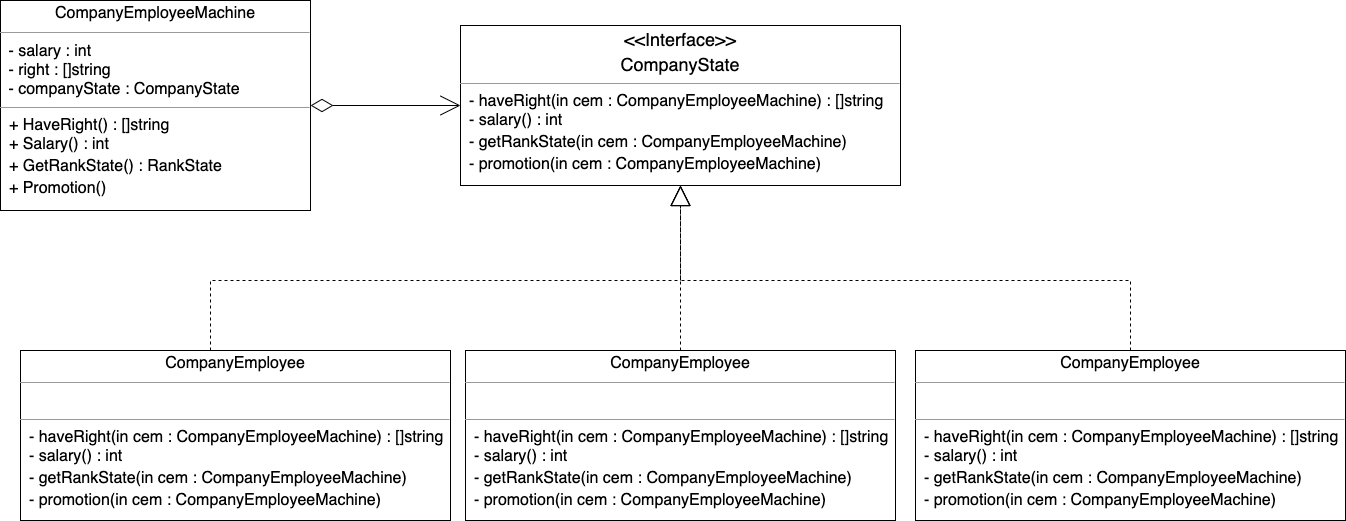
This is img/pattern-state.png from boilingfrog/design-pattern-learning, a draw.io export, as it was before one commit. Source tidied: cells renumbered, new cells last; positions are measured from the earlier drawing's top-left corner, leaving out a move shared by most shapes.
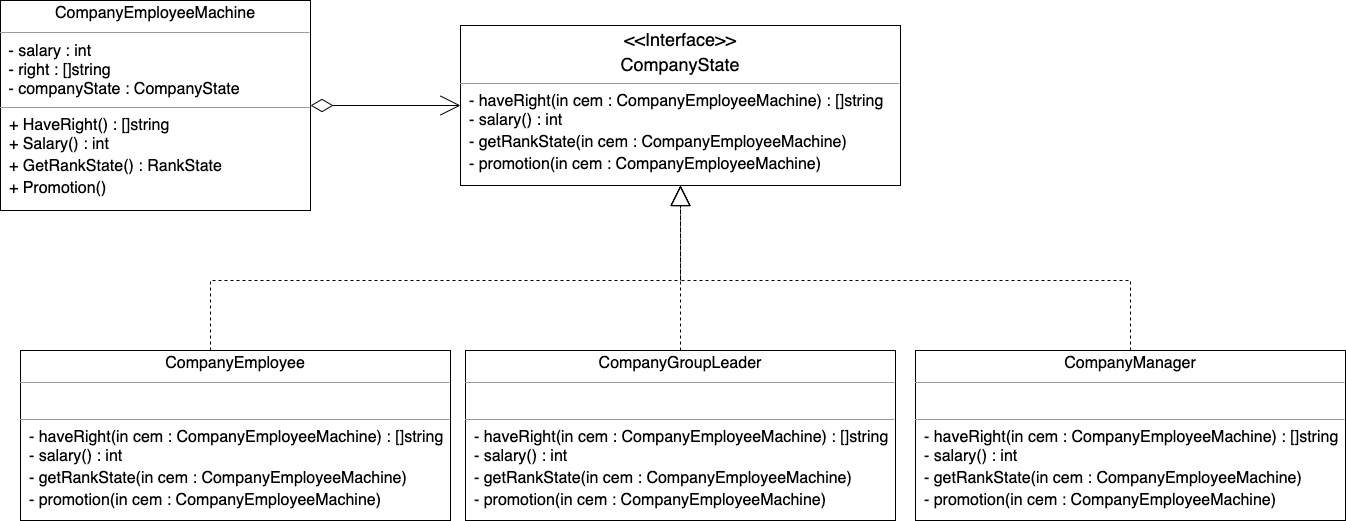
Later version of the same file.

The edit, as a diff of the source:
```diff
@@ -25,7 +25,7 @@
     <mxCell id="7" style="edgeStyle=orthogonalEdgeStyle;rounded=1;jumpStyle=none;html=1;entryX=0.5;entryY=1;entryDx=0;entryDy=0;shadow=0;startArrow=none;startFill=0;endArrow=block;endFill=0;endSize=18;dashed=1;" parent="1" edge="1" source="8" target="6">
       <mxGeometry relative="1" as="geometry" />
     </mxCell>
-    <mxCell id="8" value="&lt;p style=&quot;text-align: center ; margin: 4px 0px 0px&quot;&gt;&lt;span style=&quot;font-size: 16px&quot;&gt;CompanyEmployee&lt;/span&gt;&lt;/p&gt;&lt;hr size=&quot;1&quot; style=&quot;font-size: 18px&quot;&gt;&lt;p style=&quot;margin: 0px 0px 0px 4px ; font-size: 16px&quot;&gt;&lt;span&gt;&amp;nbsp;&lt;/span&gt;&lt;/p&gt;&lt;hr size=&quot;1&quot; style=&quot;font-size: 16px&quot;&gt;&lt;span style=&quot;font-size: 16px&quot;&gt;&amp;nbsp;&amp;nbsp;&lt;/span&gt;&lt;span style=&quot;font-size: 16px&quot;&gt;- haveRight(&lt;/span&gt;&lt;span style=&quot;font-size: 16px&quot;&gt;in cem : CompanyEmployeeMachine&lt;/span&gt;&lt;span style=&quot;font-size: 16px&quot;&gt;) : []string&lt;br&gt;&lt;/span&gt;&lt;span style=&quot;font-size: 16px&quot;&gt;&amp;nbsp; - salary() : int&lt;/span&gt;&lt;br style=&quot;font-size: 16px&quot;&gt;&lt;span style=&quot;font-size: 16px&quot;&gt;&amp;nbsp; - getRankState(in cem : CompanyEmployeeMachine)&amp;nbsp;&lt;/span&gt;&lt;br style=&quot;font-size: 16px&quot;&gt;&lt;span style=&quot;font-size: 16px&quot;&gt;&amp;nbsp; - promotion(&lt;/span&gt;&lt;span style=&quot;font-size: 16px&quot;&gt;in cem : CompanyEmployeeMachine&lt;/span&gt;&lt;span style=&quot;font-size: 16px&quot;&gt;)&amp;nbsp;&lt;/span&gt;" style="verticalAlign=top;align=left;overflow=fill;fontSize=12;fontFamily=Helvetica;html=1;" parent="1" vertex="1">
+    <mxCell id="8" value="&lt;p style=&quot;text-align: center ; margin: 4px 0px 0px&quot;&gt;&lt;span style=&quot;font-size: 16px&quot;&gt;CompanyGroupLeader&lt;/span&gt;&lt;/p&gt;&lt;hr size=&quot;1&quot; style=&quot;font-size: 18px&quot;&gt;&lt;p style=&quot;margin: 0px 0px 0px 4px ; font-size: 16px&quot;&gt;&lt;span&gt;&amp;nbsp;&lt;/span&gt;&lt;/p&gt;&lt;hr size=&quot;1&quot; style=&quot;font-size: 16px&quot;&gt;&lt;span style=&quot;font-size: 16px&quot;&gt;&amp;nbsp;&amp;nbsp;&lt;/span&gt;&lt;span style=&quot;font-size: 16px&quot;&gt;- haveRight(&lt;/span&gt;&lt;span style=&quot;font-size: 16px&quot;&gt;in cem : CompanyEmployeeMachine&lt;/span&gt;&lt;span style=&quot;font-size: 16px&quot;&gt;) : []string&lt;br&gt;&lt;/span&gt;&lt;span style=&quot;font-size: 16px&quot;&gt;&amp;nbsp; - salary() : int&lt;/span&gt;&lt;br style=&quot;font-size: 16px&quot;&gt;&lt;span style=&quot;font-size: 16px&quot;&gt;&amp;nbsp; - getRankState(in cem : CompanyEmployeeMachine)&amp;nbsp;&lt;/span&gt;&lt;br style=&quot;font-size: 16px&quot;&gt;&lt;span style=&quot;font-size: 16px&quot;&gt;&amp;nbsp; - promotion(&lt;/span&gt;&lt;span style=&quot;font-size: 16px&quot;&gt;in cem : CompanyEmployeeMachine&lt;/span&gt;&lt;span style=&quot;font-size: 16px&quot;&gt;)&amp;nbsp;&lt;/span&gt;" style="verticalAlign=top;align=left;overflow=fill;fontSize=12;fontFamily=Helvetica;html=1;" parent="1" vertex="1">
       <mxGeometry x="465" y="350" width="430" height="170" as="geometry" />
     </mxCell>
     <mxCell id="9" style="edgeStyle=orthogonalEdgeStyle;rounded=0;jumpStyle=none;html=1;entryX=0.5;entryY=1;entryDx=0;entryDy=0;shadow=0;dashed=1;startArrow=none;startFill=0;endArrow=block;endFill=0;endSize=18;fillColor=#2A2A2A;strokeColor=none;" parent="1" edge="1" source="11" target="6">
@@ -44,7 +44,7 @@
         </Array>
       </mxGeometry>
     </mxCell>
-    <mxCell id="11" value="&lt;p style=&quot;text-align: center ; margin: 4px 0px 0px&quot;&gt;&lt;span style=&quot;font-size: 16px&quot;&gt;CompanyEmployee&lt;/span&gt;&lt;/p&gt;&lt;hr size=&quot;1&quot; style=&quot;font-size: 18px&quot;&gt;&lt;p style=&quot;margin: 0px 0px 0px 4px ; font-size: 16px&quot;&gt;&lt;span&gt;&amp;nbsp;&lt;/span&gt;&lt;/p&gt;&lt;hr size=&quot;1&quot; style=&quot;font-size: 16px&quot;&gt;&lt;span style=&quot;font-size: 16px&quot;&gt;&amp;nbsp;&amp;nbsp;&lt;/span&gt;&lt;span style=&quot;font-size: 16px&quot;&gt;- haveRight(&lt;/span&gt;&lt;span style=&quot;font-size: 16px&quot;&gt;in cem : CompanyEmployeeMachine&lt;/span&gt;&lt;span style=&quot;font-size: 16px&quot;&gt;) : []string&lt;br&gt;&lt;/span&gt;&lt;span style=&quot;font-size: 16px&quot;&gt;&amp;nbsp; - salary() : int&lt;/span&gt;&lt;br style=&quot;font-size: 16px&quot;&gt;&lt;span style=&quot;font-size: 16px&quot;&gt;&amp;nbsp; - getRankState(in cem : CompanyEmployeeMachine)&amp;nbsp;&lt;/span&gt;&lt;br style=&quot;font-size: 16px&quot;&gt;&lt;span style=&quot;font-size: 16px&quot;&gt;&amp;nbsp; - promotion(&lt;/span&gt;&lt;span style=&quot;font-size: 16px&quot;&gt;in cem : CompanyEmployeeMachine&lt;/span&gt;&lt;span style=&quot;font-size: 16px&quot;&gt;)&amp;nbsp;&lt;/span&gt;" style="verticalAlign=top;align=left;overflow=fill;fontSize=12;fontFamily=Helvetica;html=1;" parent="1" vertex="1">
+    <mxCell id="11" value="&lt;p style=&quot;text-align: center ; margin: 4px 0px 0px&quot;&gt;&lt;span style=&quot;font-size: 16px&quot;&gt;CompanyManager&lt;/span&gt;&lt;/p&gt;&lt;hr size=&quot;1&quot; style=&quot;font-size: 18px&quot;&gt;&lt;p style=&quot;margin: 0px 0px 0px 4px ; font-size: 16px&quot;&gt;&lt;span&gt;&amp;nbsp;&lt;/span&gt;&lt;/p&gt;&lt;hr size=&quot;1&quot; style=&quot;font-size: 16px&quot;&gt;&lt;span style=&quot;font-size: 16px&quot;&gt;&amp;nbsp;&amp;nbsp;&lt;/span&gt;&lt;span style=&quot;font-size: 16px&quot;&gt;- haveRight(&lt;/span&gt;&lt;span style=&quot;font-size: 16px&quot;&gt;in cem : CompanyEmployeeMachine&lt;/span&gt;&lt;span style=&quot;font-size: 16px&quot;&gt;) : []string&lt;br&gt;&lt;/span&gt;&lt;span style=&quot;font-size: 16px&quot;&gt;&amp;nbsp; - salary() : int&lt;/span&gt;&lt;br style=&quot;font-size: 16px&quot;&gt;&lt;span style=&quot;font-size: 16px&quot;&gt;&amp;nbsp; - getRankState(in cem : CompanyEmployeeMachine)&amp;nbsp;&lt;/span&gt;&lt;br style=&quot;font-size: 16px&quot;&gt;&lt;span style=&quot;font-size: 16px&quot;&gt;&amp;nbsp; - promotion(&lt;/span&gt;&lt;span style=&quot;font-size: 16px&quot;&gt;in cem : CompanyEmployeeMachine&lt;/span&gt;&lt;span style=&quot;font-size: 16px&quot;&gt;)&amp;nbsp;&lt;/span&gt;" style="verticalAlign=top;align=left;overflow=fill;fontSize=12;fontFamily=Helvetica;html=1;" parent="1" vertex="1">
       <mxGeometry x="915" y="350" width="430" height="170" as="geometry" />
     </mxCell>
   </root>
```
